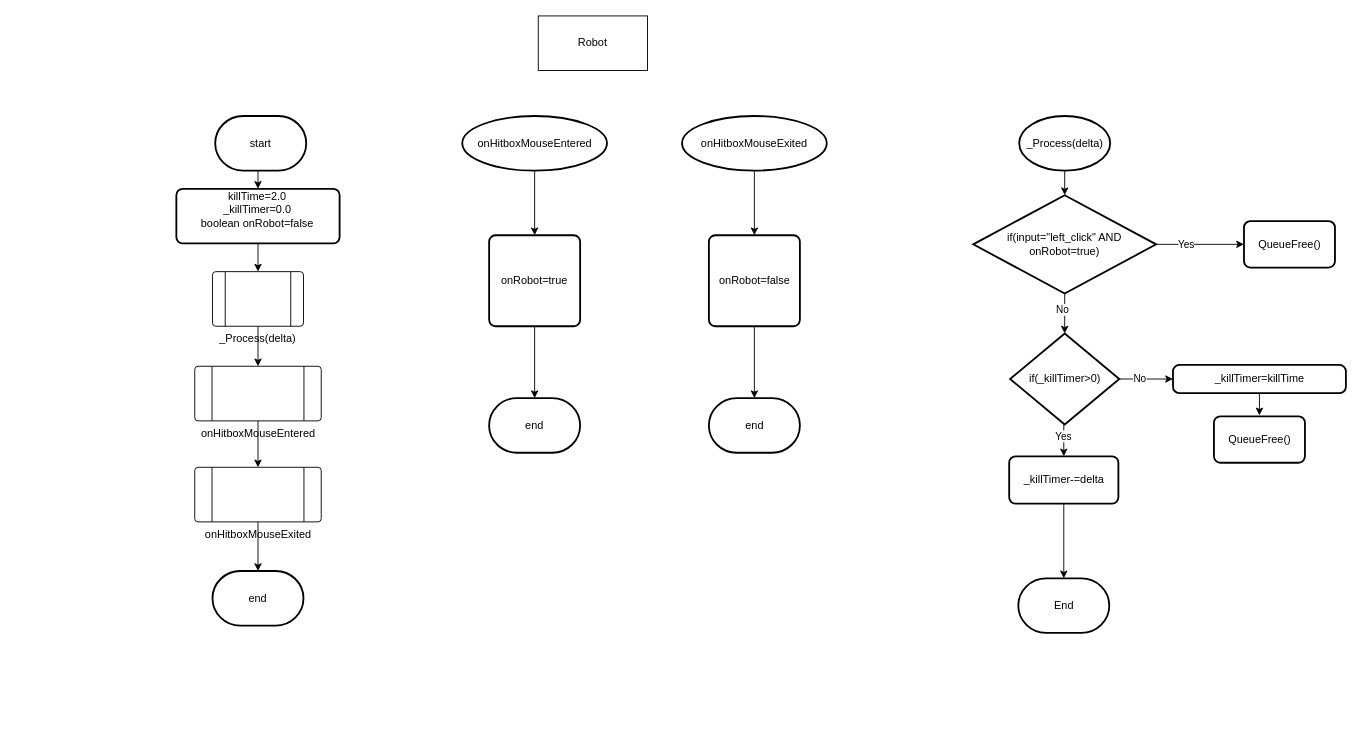
Above: whack-a-robot/Robot/robot flowchart.drawio in BHASVIC-Kasper25/Whack-a-Robot (draw.io), before the change. Source tidied: cells renumbered, new cells numbered last; positions are measured from the earlier drawing's top-left corner, leaving out a move shared by most shapes. Both pictures are drawn from the tidied source at 91%, with x=0, y=0 at pixel (176, 15).
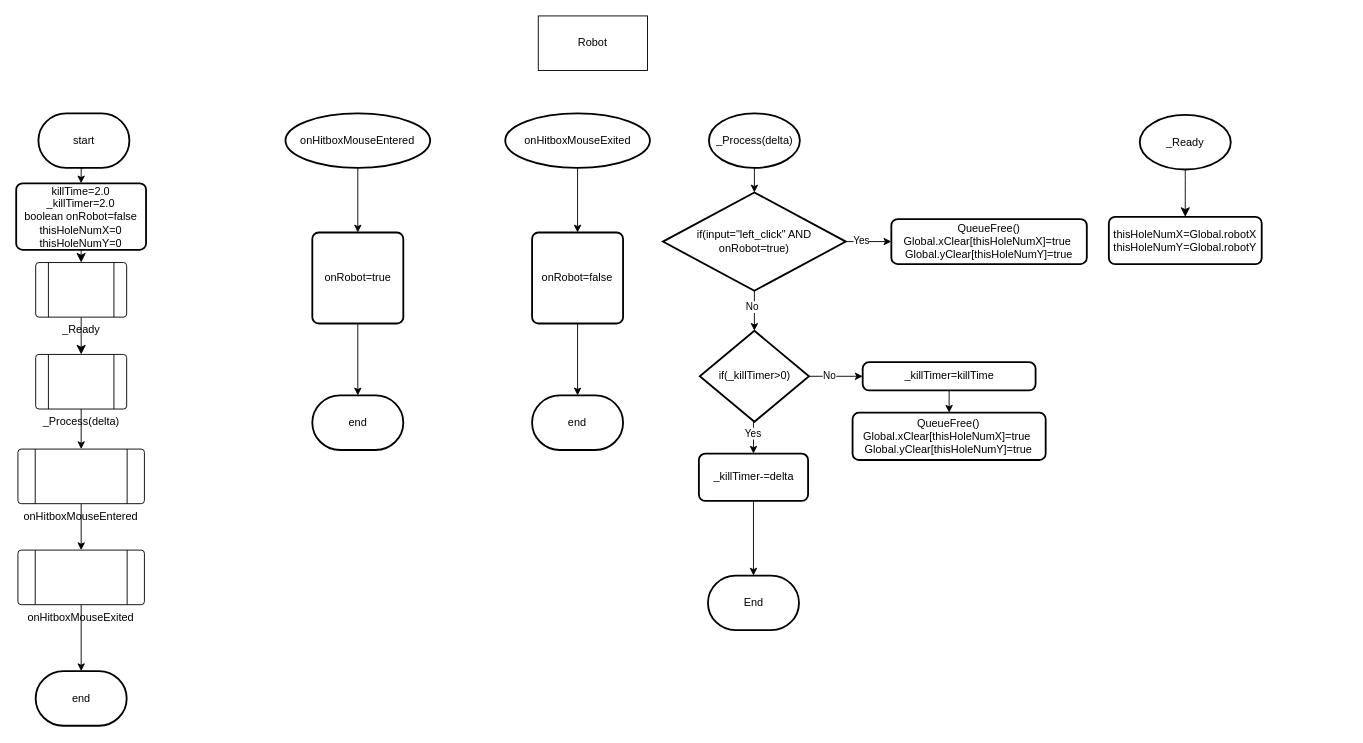
Above is the later version.

The edit, as a diff of the source:
```diff
@@
     <mxCell id="4" value="start" style="strokeWidth=2;html=1;shape=mxgraph.flowchart.terminator;whiteSpace=wrap;" parent="1" vertex="1">
-      <mxGeometry x="43" y="110" width="100" height="60" as="geometry" />
+      <mxGeometry x="-151.3" y="107" width="100" height="60" as="geometry" />
     </mxCell>
     <mxCell id="5" value="end" style="strokeWidth=2;html=1;shape=mxgraph.flowchart.terminator;whiteSpace=wrap;" parent="1" vertex="1">
-      <mxGeometry x="40" y="610" width="100" height="60" as="geometry" />
+      <mxGeometry x="-154.3" y="720" width="100" height="60" as="geometry" />
     </mxCell>
@@
     <mxCell id="7" value="onHitboxMouseEntered" style="verticalLabelPosition=bottom;verticalAlign=top;html=1;shape=process;whiteSpace=wrap;rounded=1;size=0.14;arcSize=6;" parent="1" vertex="1">
-      <mxGeometry x="20.5" y="385" width="139" height="60" as="geometry" />
+      <mxGeometry x="-173.8" y="476" width="139" height="60" as="geometry" />
     </mxCell>
@@
     <mxCell id="9" value="onHitboxMouseEntered" style="strokeWidth=2;html=1;shape=mxgraph.flowchart.start_1;whiteSpace=wrap;" parent="1" vertex="1">
-      <mxGeometry x="314.5" y="110" width="159" height="60" as="geometry" />
+      <mxGeometry x="120.2" y="107" width="159" height="60" as="geometry" />
     </mxCell>
     <mxCell id="10" value="end" style="strokeWidth=2;html=1;shape=mxgraph.flowchart.terminator;whiteSpace=wrap;" parent="1" vertex="1">
-      <mxGeometry x="344" y="420" width="100" height="60" as="geometry" />
+      <mxGeometry x="149.7" y="417" width="100" height="60" as="geometry" />
     </mxCell>
     <mxCell id="11" value="_Process(delta)" style="strokeWidth=2;html=1;shape=mxgraph.flowchart.start_1;whiteSpace=wrap;" parent="1" vertex="1">
-      <mxGeometry x="926.5" y="110" width="100" height="60" as="geometry" />
+      <mxGeometry x="585.5" y="107" width="100" height="60" as="geometry" />
     </mxCell>
@@
     <mxCell id="16" value="if(_killTimer&amp;gt;0)" style="strokeWidth=2;html=1;shape=mxgraph.flowchart.decision;whiteSpace=wrap;" parent="1" vertex="1">
-      <mxGeometry x="916.5" y="349" width="120" height="100" as="geometry" />
+      <mxGeometry x="575.5" y="346" width="120" height="100" as="geometry" />
     </mxCell>
@@
     <mxCell id="18" value="_killTimer-=delta" style="rounded=1;whiteSpace=wrap;html=1;absoluteArcSize=1;arcSize=14;strokeWidth=2;" parent="1" vertex="1">
-      <mxGeometry x="915.5" y="484" width="120" height="52" as="geometry" />
+      <mxGeometry x="574.5" y="481" width="120" height="52" as="geometry" />
     </mxCell>
     <mxCell id="19" style="edgeStyle=orthogonalEdgeStyle;rounded=0;jettySize=auto;html=1;exitX=0.5;exitY=1;exitDx=0;exitDy=0;entryX=0.5;entryY=0;entryDx=0;entryDy=0;" parent="1" edge="1" source="20">
       <mxGeometry relative="1" as="geometry">
-        <mxPoint x="1190.5" y="439" as="targetPoint" />
+        <mxPoint x="849.5" y="436" as="targetPoint" />
       </mxGeometry>
     </mxCell>
     <mxCell id="20" value="_killTimer=killTime" style="rounded=1;whiteSpace=wrap;html=1;absoluteArcSize=1;arcSize=14;strokeWidth=2;" parent="1" vertex="1">
-      <mxGeometry x="1095.5" y="383.5" width="190" height="31" as="geometry" />
+      <mxGeometry x="754.5" y="380.5" width="190" height="31" as="geometry" />
     </mxCell>
     <mxCell id="21" value="End" style="strokeWidth=2;html=1;shape=mxgraph.flowchart.terminator;whiteSpace=wrap;" parent="1" vertex="1">
-      <mxGeometry x="925.5" y="618" width="100" height="60" as="geometry" />
+      <mxGeometry x="584.5" y="615" width="100" height="60" as="geometry" />
     </mxCell>
-    <mxCell id="22" style="edgeStyle=orthogonalEdgeStyle;rounded=0;jettySize=auto;html=1;exitX=0.5;exitY=1;exitDx=0;exitDy=0;entryX=0.5;entryY=0;entryDx=0;entryDy=0;" parent="1" edge="1" source="23" target="25">
-      <mxGeometry relative="1" as="geometry" />
-    </mxCell>
+    <mxCell id="43" style="edgeStyle=none;curved=1;rounded=0;jettySize=auto;html=1;exitX=0.5;exitY=1;exitDx=0;exitDy=0;entryX=0.5;entryY=0;entryDx=0;entryDy=0;fontSize=12;startSize=8;endSize=8;" parent="1" edge="1" source="23" target="45">
+      <mxGeometry relative="1" as="geometry" />
+    </mxCell>
-    <mxCell id="23" value="killTime=2.0&lt;div&gt;_killTimer=0.0&lt;/div&gt;&lt;div&gt;boolean onRobot=false&lt;/div&gt;&lt;div&gt;&lt;br&gt;&lt;/div&gt;" style="rounded=1;whiteSpace=wrap;html=1;absoluteArcSize=1;arcSize=14;strokeWidth=2;" parent="1" vertex="1">
-      <mxGeometry x="0.3" y="190" width="179.4" height="60" as="geometry" />
+    <mxCell id="23" value="killTime=2.0&lt;div&gt;_killTimer=2.0&lt;/div&gt;&lt;div&gt;boolean onRobot=false&lt;/div&gt;&lt;div&gt;thisHoleNumX=0&lt;/div&gt;&lt;div&gt;thisHoleNumY=0&lt;/div&gt;" style="rounded=1;whiteSpace=wrap;html=1;absoluteArcSize=1;arcSize=14;strokeWidth=2;" parent="1" vertex="1">
+      <mxGeometry x="-175.7" y="184" width="142.7" height="73" as="geometry" />
     </mxCell>
@@
     <mxCell id="25" value="_Process(delta)" style="verticalLabelPosition=bottom;verticalAlign=top;html=1;shape=process;whiteSpace=wrap;rounded=1;size=0.14;arcSize=6;" parent="1" vertex="1">
-      <mxGeometry x="40" y="281" width="100" height="60" as="geometry" />
+      <mxGeometry x="-154.3" y="372" width="100" height="60" as="geometry" />
     </mxCell>
-    <mxCell id="26" value="QueueFree()" style="rounded=1;whiteSpace=wrap;html=1;absoluteArcSize=1;arcSize=14;strokeWidth=2;" parent="1" vertex="1">
-      <mxGeometry x="1140.5" y="440" width="100" height="51" as="geometry" />
+    <mxCell id="26" value="QueueFree()&lt;div&gt;&lt;div&gt;Global.xClear[thisHoleNumX]=true&amp;nbsp;&lt;/div&gt;&lt;div&gt;Global.yClear[thisHoleNumY]=true&lt;/div&gt;&lt;/div&gt;" style="rounded=1;whiteSpace=wrap;html=1;absoluteArcSize=1;arcSize=14;strokeWidth=2;" parent="1" vertex="1">
+      <mxGeometry x="743.4" y="436" width="212.2" height="52" as="geometry" />
     </mxCell>
     <mxCell id="27" value="onRobot=true" style="rounded=1;whiteSpace=wrap;html=1;absoluteArcSize=1;arcSize=14;strokeWidth=2;" parent="1" vertex="1">
-      <mxGeometry x="344" y="241" width="100" height="100" as="geometry" />
+      <mxGeometry x="149.7" y="238" width="100" height="100" as="geometry" />
     </mxCell>
@@
     <mxCell id="31" value="if(input=&quot;left_click&quot; AND onRobot=true)" style="strokeWidth=2;html=1;shape=mxgraph.flowchart.decision;whiteSpace=wrap;" parent="1" vertex="1">
-      <mxGeometry x="876" y="197" width="201" height="108" as="geometry" />
+      <mxGeometry x="535" y="194" width="201" height="108" as="geometry" />
     </mxCell>
@@
-    <mxCell id="33" value="QueueFree()" style="rounded=1;whiteSpace=wrap;html=1;absoluteArcSize=1;arcSize=14;strokeWidth=2;" parent="1" vertex="1">
-      <mxGeometry x="1173.5" y="225.5" width="100" height="51" as="geometry" />
+    <mxCell id="33" value="QueueFree()&lt;div&gt;&lt;div&gt;Global.xClear[thisHoleNumX]=true&amp;nbsp;&lt;/div&gt;&lt;div&gt;Global.yClear[thisHoleNumY]=true&lt;/div&gt;&lt;/div&gt;" style="rounded=1;whiteSpace=wrap;html=1;absoluteArcSize=1;arcSize=14;strokeWidth=2;" parent="1" vertex="1">
+      <mxGeometry x="786" y="223.2" width="214.8" height="49.5" as="geometry" />
     </mxCell>
@@
     <mxCell id="37" value="onHitboxMouseExited" style="strokeWidth=2;html=1;shape=mxgraph.flowchart.start_1;whiteSpace=wrap;" parent="1" vertex="1">
-      <mxGeometry x="556" y="110" width="159" height="60" as="geometry" />
+      <mxGeometry x="361.7" y="107" width="159" height="60" as="geometry" />
     </mxCell>
     <mxCell id="38" value="end" style="strokeWidth=2;html=1;shape=mxgraph.flowchart.terminator;whiteSpace=wrap;" parent="1" vertex="1">
-      <mxGeometry x="585.5" y="420" width="100" height="60" as="geometry" />
+      <mxGeometry x="391.2" y="417" width="100" height="60" as="geometry" />
     </mxCell>
     <mxCell id="39" value="onRobot=false" style="rounded=1;whiteSpace=wrap;html=1;absoluteArcSize=1;arcSize=14;strokeWidth=2;" parent="1" vertex="1">
-      <mxGeometry x="585.5" y="241" width="100" height="100" as="geometry" />
+      <mxGeometry x="391.2" y="238" width="100" height="100" as="geometry" />
     </mxCell>
@@
     <mxCell id="41" value="onHitboxMouseExited" style="verticalLabelPosition=bottom;verticalAlign=top;html=1;shape=process;whiteSpace=wrap;rounded=1;size=0.14;arcSize=6;" parent="1" vertex="1">
-      <mxGeometry x="20.5" y="496" width="139" height="60" as="geometry" />
+      <mxGeometry x="-173.8" y="587" width="139" height="60" as="geometry" />
     </mxCell>
@@
+    <mxCell id="44" style="edgeStyle=none;curved=1;rounded=0;jettySize=auto;html=1;exitX=0.5;exitY=1;exitDx=0;exitDy=0;fontSize=12;startSize=8;endSize=8;" parent="1" edge="1" source="45" target="25">
+      <mxGeometry relative="1" as="geometry" />
+    </mxCell>
+    <mxCell id="45" value="_Ready" style="verticalLabelPosition=bottom;verticalAlign=top;html=1;shape=process;whiteSpace=wrap;rounded=1;size=0.14;arcSize=6;" parent="1" vertex="1">
+      <mxGeometry x="-154.3" y="271" width="100" height="60" as="geometry" />
+    </mxCell>
+    <mxCell id="46" style="edgeStyle=none;curved=1;rounded=0;jettySize=auto;html=1;exitX=0.5;exitY=1;exitDx=0;exitDy=0;exitPerimeter=0;entryX=0.5;entryY=0;entryDx=0;entryDy=0;fontSize=12;startSize=8;endSize=8;" parent="1" edge="1" source="47" target="48">
+      <mxGeometry relative="1" as="geometry" />
+    </mxCell>
+    <mxCell id="47" value="_Ready" style="strokeWidth=2;html=1;shape=mxgraph.flowchart.start_1;whiteSpace=wrap;" parent="1" vertex="1">
+      <mxGeometry x="1059" y="108.8" width="100" height="60" as="geometry" />
+    </mxCell>
+    <mxCell id="48" value="&lt;div&gt;thisHoleNumX=Global.robotX&lt;/div&gt;&lt;div&gt;thisHoleNumY=&lt;span style=&quot;background-color: transparent; color: light-dark(rgb(0, 0, 0), rgb(255, 255, 255));&quot;&gt;Global.robotY&lt;/span&gt;&lt;/div&gt;" style="rounded=1;whiteSpace=wrap;html=1;absoluteArcSize=1;arcSize=14;strokeWidth=2;" parent="1" vertex="1">
+      <mxGeometry x="1025" y="220.8" width="168" height="52" as="geometry" />
+    </mxCell>
```
